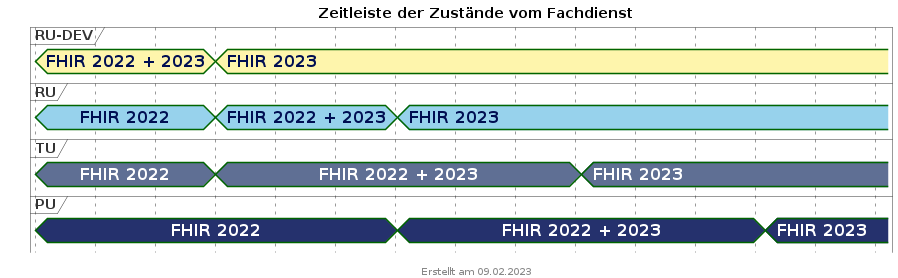
Above: images/puml_fd_zustaende_timeline.png in gematik/api-erp (PlantUML), before the change.
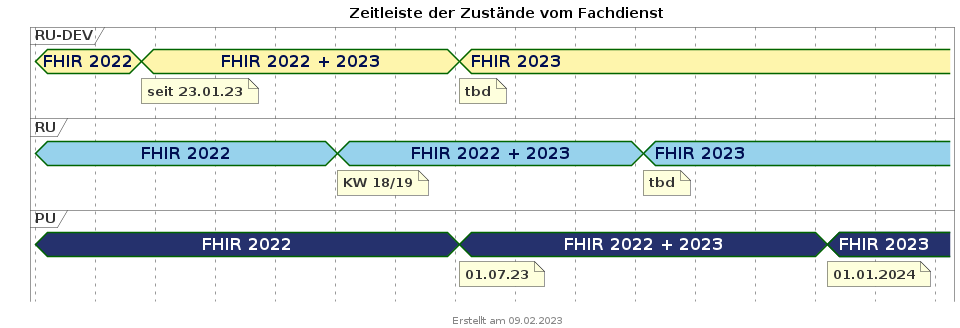
Above is the later version.

The edit, as a diff of the source:
```diff
@@ -17,12 +17,6 @@
     FontStyle bold
     Backgroundcolor #97D2EC
   }
-  .tucolor {
-    FontColor #ffffff
-    Fontsize 16
-    FontStyle bold
-    BackgroundColor #5F6F94
-  }
   .pucolor {
     FontColor #ffffff
     Fontsize 16
@@ -36,33 +30,39 @@
 
 concise "RU-DEV" as RUDEV <<rudevcolor>>
 concise "RU" as RU <<rucolor>>
-concise "TU" as TU <<tucolor>>
 concise "PU" as PU <<pucolor>>
 
 
 scale 2592000 as 60 pixels
 hide time-axis
 
-@2023/01/01
-RUDEV is "FHIR 2022 + 2023"
+@2022/12/01
+RUDEV is "FHIR 2022"
 RU is "FHIR 2022"
-TU is "FHIR 2022"
 PU is "FHIR 2022"
 
-@2023/04/01
-RUDEV is "FHIR 2023"
+@2023/01/23
+RUDEV is "FHIR 2022 + 2023"
+note bottom of RUDEV : seit 23.01.23
+
+@2023/05/01
 RU is "FHIR 2022 + 2023"
-TU is "FHIR 2022 + 2023"
+note bottom of RU : KW 18/19
 
 @2023/07/01
-RU is "FHIR 2023"
 PU is "FHIR 2022 + 2023"
+note bottom of PU : 01.07.23
+RUDEV is "FHIR 2023"
+note bottom of RUDEV : tbd
 
 @2023/10/01
-TU is "FHIR 2023"
+RU is "FHIR 2023"
+note bottom of RU : tbd
+
 
 @2024/01/01
 PU is "FHIR 2023"
+note bottom of PU : 01.01.2024
 
 @2024/02/01
 @enduml
```
